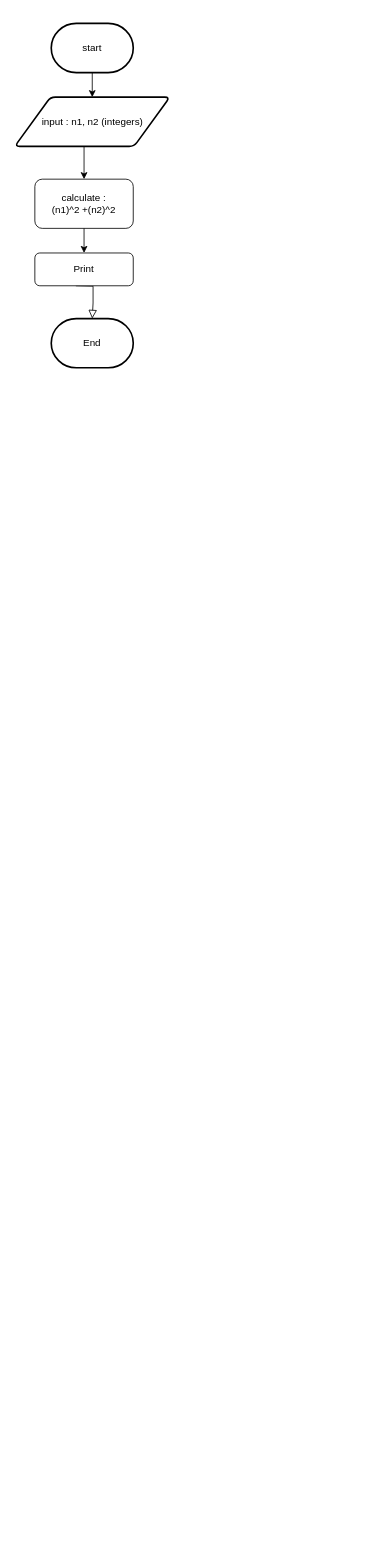
Above: Untitled Diagram.drawio in Mike1455/alx-onboarding (draw.io), before the change. Source tidied: cells renumbered, new cells numbered last; positions are measured from the earlier drawing's top-left corner, leaving out a move shared by most shapes. Both pictures are drawn from the tidied source at 82%, with x=0, y=0 at pixel (15, 23).
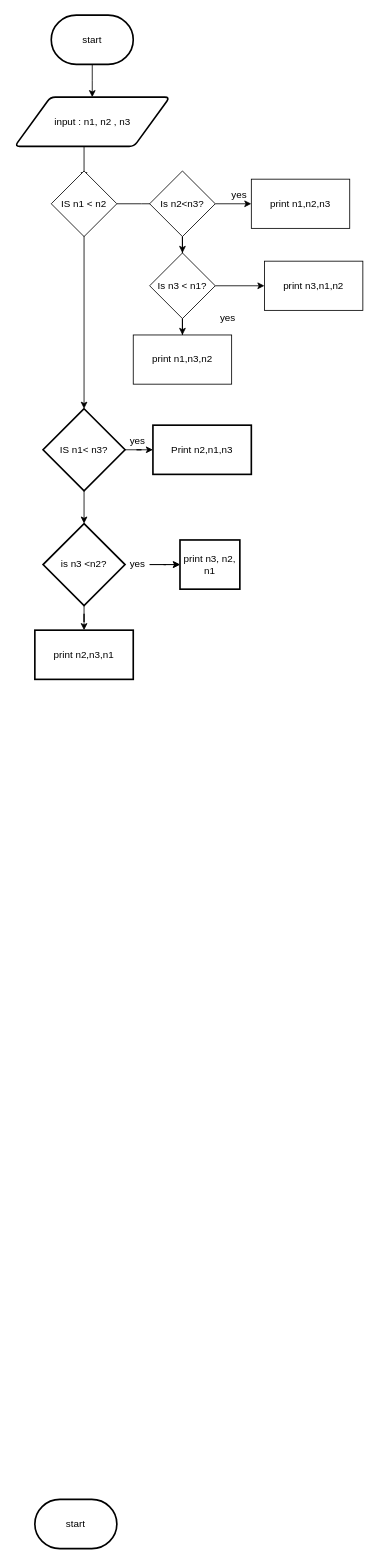
After the change.

The edit, as a diff of the source:
```diff
@@
-    <mxCell id="2" style="edgeStyle=orthogonalEdgeStyle;rounded=0;html=1;jettySize=auto;orthogonalLoop=1;fontSize=11;endArrow=block;endFill=0;endSize=8;strokeWidth=1;shadow=0;labelBackgroundColor=none;" parent="1" edge="1">
-      <mxGeometry y="10" relative="1" as="geometry">
-        <mxPoint x="74" y="320" as="sourcePoint" />
-        <mxPoint x="94" y="360" as="targetPoint" />
-      </mxGeometry>
-    </mxCell>
-    <mxCell id="3" value="Print" style="rounded=1;whiteSpace=wrap;html=1;fontSize=12;glass=0;strokeWidth=1;shadow=0;" parent="1" vertex="1">
-      <mxGeometry x="24" y="280" width="120" height="40" as="geometry" />
-    </mxCell>
@@
     <mxCell id="5" value="start" style="strokeWidth=2;html=1;shape=mxgraph.flowchart.terminator;whiteSpace=wrap;" parent="1" vertex="1">
-      <mxGeometry x="44" width="100" height="60" as="geometry" />
+      <mxGeometry x="44" y="-10" width="100" height="60" as="geometry" />
     </mxCell>
-    <mxCell id="6" value="input : n1, n2 (integers)" style="shape=parallelogram;html=1;strokeWidth=2;perimeter=parallelogramPerimeter;whiteSpace=wrap;rounded=1;arcSize=12;size=0.23;" parent="1" vertex="1">
+    <mxCell id="6" value="input : n1, n2 , n3" style="shape=parallelogram;html=1;strokeWidth=2;perimeter=parallelogramPerimeter;whiteSpace=wrap;rounded=1;arcSize=12;size=0.23;" parent="1" vertex="1">
       <mxGeometry x="-0.5" y="90" width="189" height="60" as="geometry" />
     </mxCell>
-    <mxCell id="7" value="calculate :&lt;br&gt;(n1)^2 +(n2)^2" style="rounded=1;whiteSpace=wrap;html=1;" parent="1" vertex="1">
-      <mxGeometry x="24" y="190" width="120" height="60" as="geometry" />
-    </mxCell>
@@
-    <mxCell id="9" style="endArrow=classic;html=1;rounded=0;exitX=0.5;exitY=1;exitDx=0;exitDy=0;" parent="1" edge="1" source="7">
+    <mxCell id="9" style="endArrow=classic;html=1;rounded=0;exitX=0.5;exitY=1;exitDx=0;exitDy=0;entryX=0.5;entryY=0;entryDx=0;entryDy=0;entryPerimeter=0;" parent="1" edge="1" target="26">
       <mxGeometry relative="1" as="geometry">
-        <mxPoint x="84" y="280" as="targetPoint" />
+        <mxPoint x="84" y="250" as="sourcePoint" />
       </mxGeometry>
     </mxCell>
-    <mxCell id="10" value="End" style="strokeWidth=2;html=1;shape=mxgraph.flowchart.terminator;whiteSpace=wrap;" parent="1" vertex="1">
-      <mxGeometry x="44" y="360" width="100" height="60" as="geometry" />
-    </mxCell>
+    <mxCell id="11" style="edgeStyle=orthogonalEdgeStyle;rounded=0;jettySize=auto;html=1;" parent="1" edge="1" source="12">
+      <mxGeometry relative="1" as="geometry">
+        <mxPoint x="184" y="220" as="targetPoint" />
+      </mxGeometry>
+    </mxCell>
+    <mxCell id="12" value="IS n1 &amp;lt; n2" style="rhombus;whiteSpace=wrap;html=1;" parent="1" vertex="1">
+      <mxGeometry x="44" y="180" width="80" height="80" as="geometry" />
+    </mxCell>
+    <mxCell id="13" style="edgeStyle=orthogonalEdgeStyle;rounded=0;jettySize=auto;html=1;" parent="1" edge="1" source="15" target="16">
+      <mxGeometry relative="1" as="geometry" />
+    </mxCell>
+    <mxCell id="14" style="edgeStyle=orthogonalEdgeStyle;rounded=0;jettySize=auto;html=1;" parent="1" edge="1" source="15" target="20">
+      <mxGeometry relative="1" as="geometry" />
+    </mxCell>
+    <mxCell id="15" value="Is n2&amp;lt;n3?" style="rhombus;whiteSpace=wrap;html=1;" parent="1" vertex="1">
+      <mxGeometry x="164" y="180" width="80" height="80" as="geometry" />
+    </mxCell>
+    <mxCell id="16" value="print n1,n2,n3" style="whiteSpace=wrap;html=1;" parent="1" vertex="1">
+      <mxGeometry x="288" y="190" width="120" height="60" as="geometry" />
+    </mxCell>
+    <mxCell id="17" value="yes" style="text;html=1;align=center;verticalAlign=middle;strokeColor=none;fillColor=none;" parent="1" vertex="1">
+      <mxGeometry x="257.5" y="200" width="30" height="20" as="geometry" />
+    </mxCell>
+    <mxCell id="18" style="edgeStyle=orthogonalEdgeStyle;rounded=0;jettySize=auto;html=1;" parent="1" edge="1" source="20" target="21">
+      <mxGeometry relative="1" as="geometry" />
+    </mxCell>
+    <mxCell id="19" style="edgeStyle=orthogonalEdgeStyle;rounded=0;jettySize=auto;html=1;" parent="1" edge="1" source="20" target="22">
+      <mxGeometry relative="1" as="geometry" />
+    </mxCell>
+    <mxCell id="20" value="Is n3 &amp;lt; n1?" style="rhombus;whiteSpace=wrap;html=1;" parent="1" vertex="1">
+      <mxGeometry x="164" y="280" width="80" height="80" as="geometry" />
+    </mxCell>
+    <mxCell id="21" value="print n3,n1,n2" style="whiteSpace=wrap;html=1;" parent="1" vertex="1">
+      <mxGeometry x="304" y="290" width="120" height="60" as="geometry" />
+    </mxCell>
+    <mxCell id="22" value="print n1,n3,n2" style="whiteSpace=wrap;html=1;" parent="1" vertex="1">
+      <mxGeometry x="144" y="380" width="120" height="60" as="geometry" />
+    </mxCell>
+    <mxCell id="23" value="yes" style="text;html=1;align=center;verticalAlign=middle;strokeColor=none;fillColor=none;" parent="1" vertex="1">
+      <mxGeometry x="244" y="350" width="30" height="20" as="geometry" />
+    </mxCell>
+    <mxCell id="24" style="edgeStyle=orthogonalEdgeStyle;rounded=0;jettySize=auto;html=1;" parent="1" edge="1" source="26" target="27">
+      <mxGeometry relative="1" as="geometry" />
+    </mxCell>
+    <mxCell id="25" style="edgeStyle=orthogonalEdgeStyle;rounded=0;jettySize=auto;html=1;" parent="1" edge="1" source="26" target="30">
+      <mxGeometry relative="1" as="geometry" />
+    </mxCell>
+    <mxCell id="26" value="IS n1&amp;lt; n3?" style="strokeWidth=2;html=1;shape=mxgraph.flowchart.decision;whiteSpace=wrap;" parent="1" vertex="1">
+      <mxGeometry x="34" y="470" width="100" height="100" as="geometry" />
+    </mxCell>
+    <mxCell id="27" value="Print n2,n1,n3" style="whiteSpace=wrap;html=1;strokeWidth=2;" parent="1" vertex="1">
+      <mxGeometry x="168" y="490" width="120" height="60" as="geometry" />
+    </mxCell>
+    <mxCell id="28" style="edgeStyle=orthogonalEdgeStyle;rounded=0;jettySize=auto;html=1;startArrow=none;" parent="1" edge="1" source="36" target="31">
+      <mxGeometry relative="1" as="geometry" />
+    </mxCell>
+    <mxCell id="29" style="edgeStyle=orthogonalEdgeStyle;rounded=0;jettySize=auto;html=1;" parent="1" edge="1" source="30" target="32">
+      <mxGeometry relative="1" as="geometry" />
+    </mxCell>
+    <mxCell id="30" value="is n3 &amp;lt;n2?" style="strokeWidth=2;html=1;shape=mxgraph.flowchart.decision;whiteSpace=wrap;" parent="1" vertex="1">
+      <mxGeometry x="34" y="610" width="100" height="100" as="geometry" />
+    </mxCell>
+    <mxCell id="31" value="print n3, n2, n1" style="whiteSpace=wrap;html=1;strokeWidth=2;" parent="1" vertex="1">
+      <mxGeometry x="201" y="630" width="73" height="60" as="geometry" />
+    </mxCell>
+    <mxCell id="32" value="print n2,n3,n1" style="whiteSpace=wrap;html=1;strokeWidth=2;" parent="1" vertex="1">
+      <mxGeometry x="24" y="740" width="120" height="60" as="geometry" />
+    </mxCell>
+    <mxCell id="33" value="yes" style="text;html=1;align=center;verticalAlign=middle;strokeColor=none;fillColor=none;" parent="1" vertex="1">
+      <mxGeometry x="134" y="500" width="30" height="20" as="geometry" />
+    </mxCell>
+    <mxCell id="34" value="start" style="strokeWidth=2;html=1;shape=mxgraph.flowchart.terminator;whiteSpace=wrap;" parent="1" vertex="1">
+      <mxGeometry x="24" y="1800" width="100" height="60" as="geometry" />
+    </mxCell>
+    <mxCell id="35" style="edgeStyle=orthogonalEdgeStyle;rounded=0;jettySize=auto;html=1;" parent="1" edge="1" source="36" target="31">
+      <mxGeometry relative="1" as="geometry" />
+    </mxCell>
+    <mxCell id="36" value="yes" style="text;html=1;align=center;verticalAlign=middle;points=[];strokeColor=none;fillColor=none;" parent="1" vertex="1">
+      <mxGeometry x="134" y="650" width="30" height="20" as="geometry" />
+    </mxCell>
```
